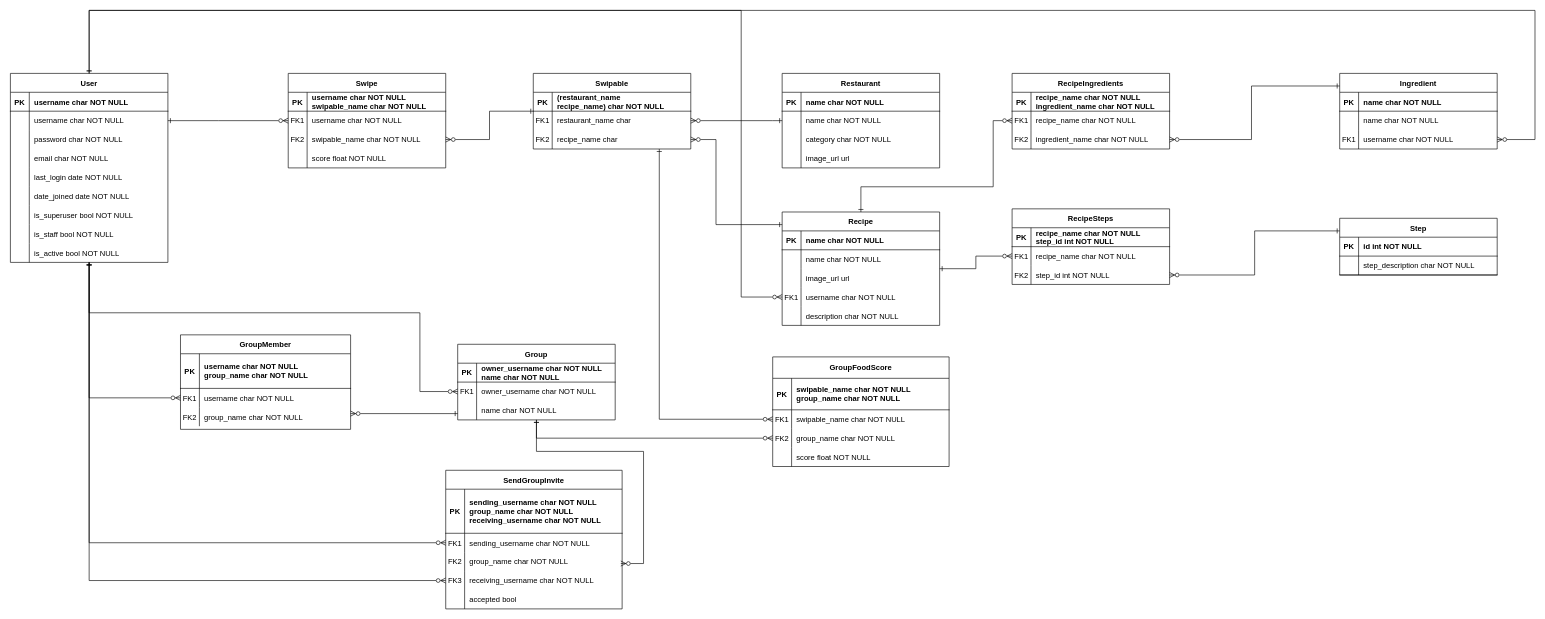
grubflow/diagrams keeps this draw.io diagram as grubflow-db.drawio. Above is the earlier version. Source tidied: cells renumbered, new cells numbered last; positions are measured from the earlier drawing's top-left corner, leaving out a move shared by most shapes. Both pictures are drawn from the tidied source at 63%, with x=0, y=0 at pixel (10, 10).
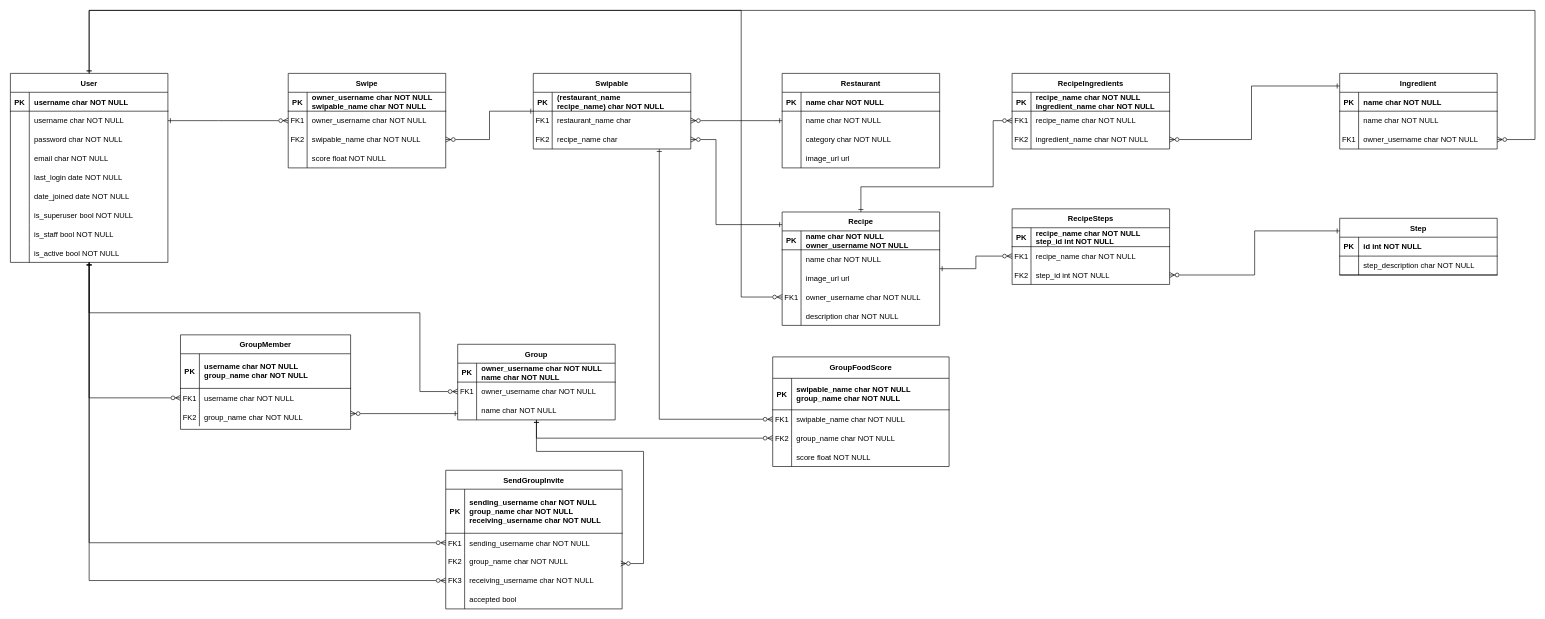
The same page after the edit.

Unchanged cells that the change refers to:
```xml
<mxCell id="41" style="shape=partialRectangle;fillColor=none;top=0;left=0;right=0;bottom=1;" parent="40" vertex="1">
  <mxGeometry y="30" width="250" height="30" as="geometry" />
</mxCell>
<mxCell id="44" style="shape=partialRectangle;fillColor=none;points=[[0,0.5],[1,0.5]];portConstraint=eastwest;top=0;left=0;right=0;bottom=0;" parent="40" vertex="1">
  <mxGeometry y="60" width="250" height="30" as="geometry" />
</mxCell>
<mxCell id="124" style="shape=partialRectangle;fillColor=none;top=0;left=0;right=0;bottom=1;" parent="123" vertex="1">
  <mxGeometry y="30" width="250" height="30" as="geometry" />
</mxCell>
<mxCell id="133" style="shape=partialRectangle;fillColor=none;points=[[0,0.5],[1,0.5]];portConstraint=eastwest;top=0;left=0;right=0;bottom=0;" parent="123" vertex="1">
  <mxGeometry y="120" width="250" height="30" as="geometry" />
</mxCell>
<mxCell id="146" style="shape=partialRectangle;fillColor=none;points=[[0,0.5],[1,0.5]];portConstraint=eastwest;top=0;left=0;right=0;bottom=0;" parent="139" vertex="1">
  <mxGeometry y="90" width="250" height="30" as="geometry" />
</mxCell>
```

The edit, as a diff of the source:
```diff
@@
-    <mxCell id="43" value="username char NOT NULL&#10;swipable_name char NOT NULL" style="shape=partialRectangle;overflow=hidden;fillColor=none;top=0;left=0;bottom=0;right=0;align=left;spacingLeft=6;fontStyle=1;" parent="41" vertex="1">
+    <mxCell id="43" value="owner_username char NOT NULL&#10;swipable_name char NOT NULL" style="shape=partialRectangle;overflow=hidden;fillColor=none;top=0;left=0;bottom=0;right=0;align=left;spacingLeft=6;fontStyle=1;" parent="41" vertex="1">
       <mxGeometry x="30" width="220" height="30" as="geometry" />
     </mxCell>
@@
-    <mxCell id="46" value="username char NOT NULL" style="shape=partialRectangle;overflow=hidden;fillColor=none;top=0;left=0;bottom=0;right=0;align=left;spacingLeft=6;" parent="44" vertex="1">
+    <mxCell id="46" value="owner_username char NOT NULL" style="shape=partialRectangle;overflow=hidden;fillColor=none;top=0;left=0;bottom=0;right=0;align=left;spacingLeft=6;" parent="44" vertex="1">
       <mxGeometry x="30" width="220" height="30" as="geometry" />
     </mxCell>
@@
-    <mxCell id="126" value="name char NOT NULL" style="shape=partialRectangle;overflow=hidden;fillColor=none;top=0;left=0;bottom=0;right=0;align=left;spacingLeft=6;fontStyle=1;" parent="124" vertex="1">
+    <mxCell id="126" value="name char NOT NULL&#10;owner_username NOT NULL" style="shape=partialRectangle;overflow=hidden;fillColor=none;top=0;left=0;bottom=0;right=0;align=left;spacingLeft=6;fontStyle=1;" parent="124" vertex="1">
       <mxGeometry x="30" width="220" height="30" as="geometry" />
     </mxCell>
@@
-    <mxCell id="135" value="username char NOT NULL" style="shape=partialRectangle;overflow=hidden;fillColor=none;top=0;left=0;bottom=0;right=0;align=left;spacingLeft=6;" parent="133" vertex="1">
+    <mxCell id="135" value="owner_username char NOT NULL" style="shape=partialRectangle;overflow=hidden;fillColor=none;top=0;left=0;bottom=0;right=0;align=left;spacingLeft=6;" parent="133" vertex="1">
       <mxGeometry x="30" width="220" height="30" as="geometry" />
     </mxCell>
@@
-    <mxCell id="148" value="username char NOT NULL" style="shape=partialRectangle;overflow=hidden;fillColor=none;top=0;left=0;bottom=0;right=0;align=left;spacingLeft=6;" parent="146" vertex="1">
+    <mxCell id="148" value="owner_username char NOT NULL" style="shape=partialRectangle;overflow=hidden;fillColor=none;top=0;left=0;bottom=0;right=0;align=left;spacingLeft=6;" parent="146" vertex="1">
       <mxGeometry x="30" width="220" height="30" as="geometry" />
     </mxCell>
```
